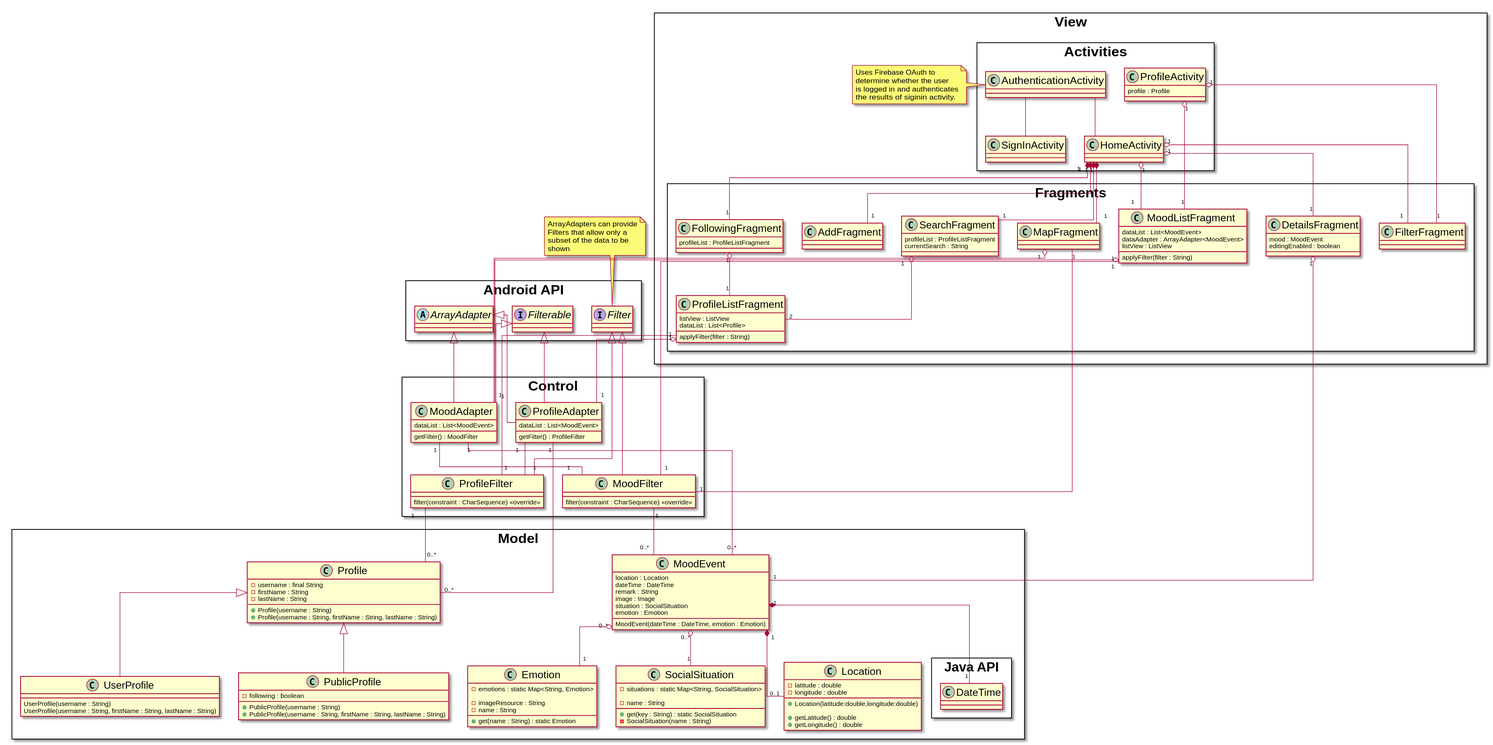
This is doc/uml/uml_diagram.svg from CMPUT301F19T09/vibes, a PlantUML export, as it was before one commit.
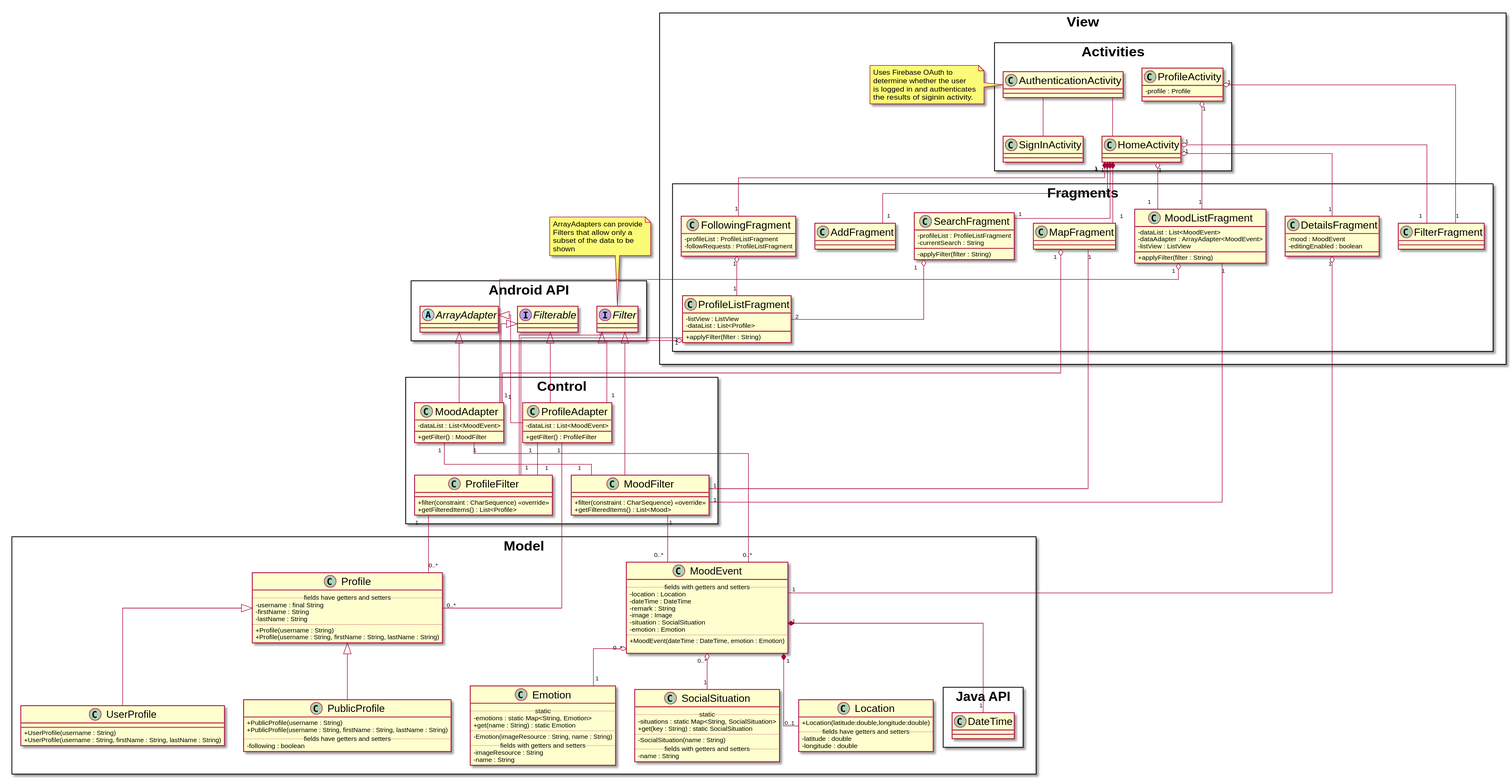
After the change.

Commit message:
Added visibility icons to all methods/fields

Change to the diagram source:
```diff
@@ -2,6 +2,7 @@
 
 skinparam {
     linetype ortho
+    classAttributeIconSize 0
     Class {
         FontSize 18
         ArrowFontSize 10
@@ -23,7 +24,7 @@
         class HomeActivity
 
         class ProfileActivity {
-            profile : Profile
+            -profile : Profile
         }
 
         AuthenticationActivity  --  HomeActivity
@@ -36,35 +37,37 @@
     package "Fragments" <<Rectangle>> {
 
         class MoodListFragment {
-            dataList : List<MoodEvent>
-            dataAdapter : ArrayAdapter<MoodEvent>
-            listView : ListView
+            -dataList : List<MoodEvent>
+            -dataAdapter : ArrayAdapter<MoodEvent>
+            -listView : ListView
 
-            applyFilter(filter : String)
+            +applyFilter(filter : String)
         }
 
         class SearchFragment {
-            profileList : ProfileListFragment
-            currentSearch : String
+            -profileList : ProfileListFragment
+            -currentSearch : String
+            -applyFilter(filter : String)
         }
 
         class AddFragment {
         }
 
         class FollowingFragment {
-            profileList : ProfileListFragment
+            -profileList : ProfileListFragment
+            -followRequests : ProfileListFragment
         }
 
         class DetailsFragment {
-            mood : MoodEvent
-            editingEnabled : boolean
+            -mood : MoodEvent
+            -editingEnabled : boolean
         }
 
         class ProfileListFragment {
-            listView : ListView
-            dataList : List<Profile>
+            -listView : ListView
+            -dataList : List<Profile>
 
-            applyFilter(filter : String)
+            +applyFilter(filter : String)
         }
 
         HomeActivity "1" *-- "1" MapFragment
@@ -94,21 +97,23 @@
 package "Control" <<Rectangle>> {
 
     class MoodAdapter {
-        dataList : List<MoodEvent>
-        getFilter() : MoodFilter
+        -dataList : List<MoodEvent>
+        +getFilter() : MoodFilter
     }
 
     class ProfileAdapter {
-        dataList : List<MoodEvent>
-        getFilter() : ProfileFilter
+        -dataList : List<MoodEvent>
+        +getFilter() : ProfileFilter
     }
 
     class MoodFilter {
-        filter(constraint : CharSequence) <<override>>
+        +filter(constraint : CharSequence) <<override>>
+        +getFilteredItems() : List<Mood>
     }
 
     class ProfileFilter {
-        filter(constraint : CharSequence) <<override>>
+        +filter(constraint : CharSequence) <<override>>
+        +getFilteredItems() : List<Profile>
     }
 
     Filterable  <|-- MoodAdapter
@@ -140,64 +145,70 @@
 package "Model" <<Rectangle>> {
 
     class UserProfile {
-        UserProfile(username : String)
-        UserProfile(username : String, firstName : String, lastName : String)
+        +UserProfile(username : String)
+        +UserProfile(username : String, firstName : String, lastName : String)
     }
 
     class MoodEvent {
-        location : Location
-        dateTime : DateTime
-        remark : String
-        image : Image
-        situation : SocialSituation
-        emotion : Emotion
-        MoodEvent(dateTime : DateTime, emotion : Emotion)
+        ..fields with getters and setters..
+        -location : Location
+        -dateTime : DateTime
+        -remark : String
+        -image : Image
+        -situation : SocialSituation
+        -emotion : Emotion
+        ..
+        +MoodEvent(dateTime : DateTime, emotion : Emotion)
+
     }
 
     class Emotion {
+        ..static..
         -emotions : static Map<String, Emotion>
         +get(name : String) : static Emotion
-
+        ..
+        -Emotion(imageResource : String, name : String)
+        ..fields with getters and setters..
         -imageResource : String
         -name : String
     }
 
     class SocialSituation {
+        ..static..
         -situations : static Map<String, SocialSituation>
         +get(key : String) : static SocialSituation
-
+        ..
+        -SocialSituation(name : String)
+        ..fields with getters and setters..
         -name : String
-        -SocialSituation(name : String)
     }
 
     class Location {
+        +Location(latitude:double,longitude:double)
+        ..fields have getters and setters..
         -latitude : double
         -longitude : double
-
-        +Location(latitude:double,longitude:double)
-
-        +getLatitude() : double
-        +getLongitude() : double
     }
 
     class Profile {
+        ..fields have getters and setters..
         -username : final String
         -firstName : String
         -lastName : String
-
+        ..
         +Profile(username : String)
         +Profile(username : String, firstName : String, lastName : String)
     }
 
     class PublicProfile {
-        -following : boolean
-
         +PublicProfile(username : String)
         +PublicProfile(username : String, firstName : String, lastName : String)
+        ..fields have getters and setters..
+        -following : boolean
     }
 
     package "Java API" <<Rectangle>> {
-    class DateTime
+        class DateTime
     }
 
     MoodEvent "0..*" o-- "1" Emotion
```
